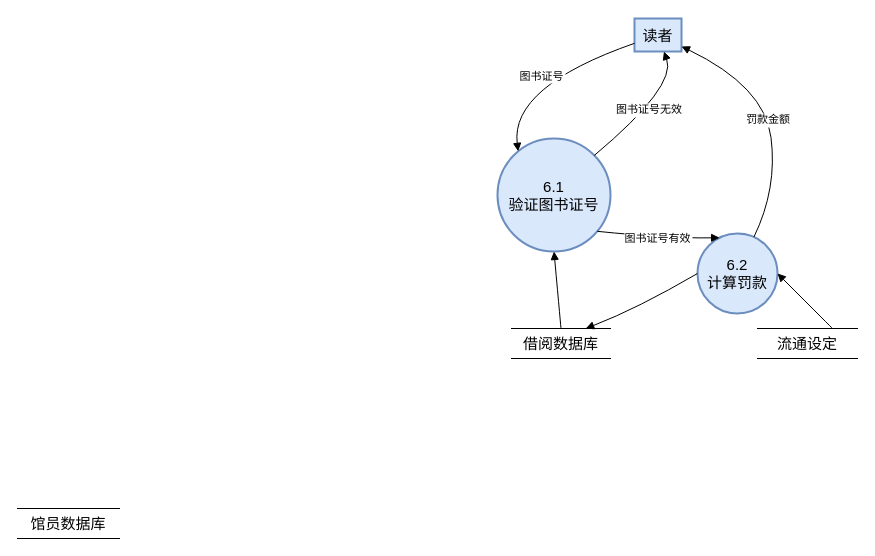
Earlier version of the draw.io diagram page "图书挂失" (9 of 13) of 软件工程.drawio (sjgcsf/os---). Source tidied: cells renumbered, new cells numbered last; positions are measured from the earlier drawing's top-left corner, leaving out a move shared by most shapes. Both pictures are drawn from the tidied source at 100%, with x=0, y=0 at pixel (17, 18).
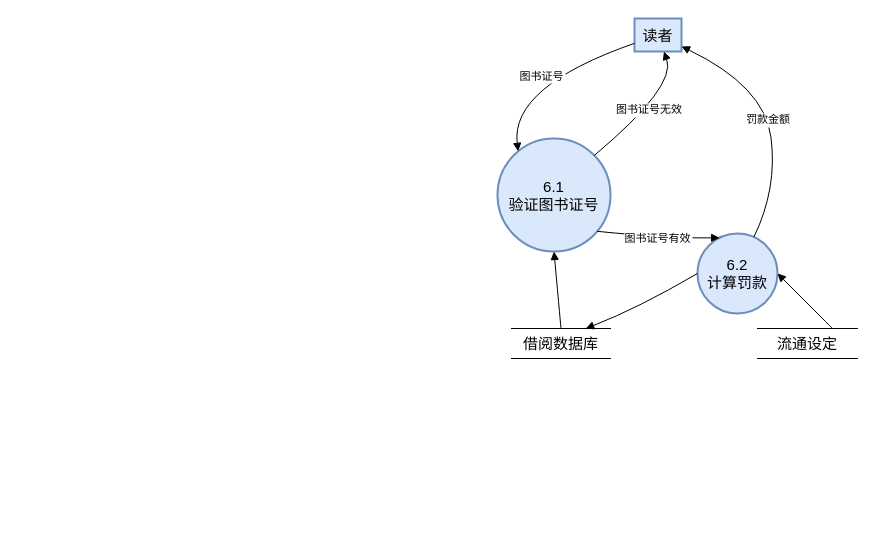
The same page after the edit.

The edit, as a diff of the source:
```diff
@@
-    <mxCell id="11" value="&lt;div style=&quot;text-align: left;&quot;&gt;&lt;span style=&quot;font-size: 15px; background-color: initial;&quot;&gt;馆员数据库&lt;/span&gt;&lt;br&gt;&lt;/div&gt;" style="shape=partialRectangle;whiteSpace=wrap;html=1;top=0;bottom=0;direction=south;" parent="1" vertex="1">
-      <mxGeometry y="490" width="102" height="30" as="geometry" />
-    </mxCell>
```
